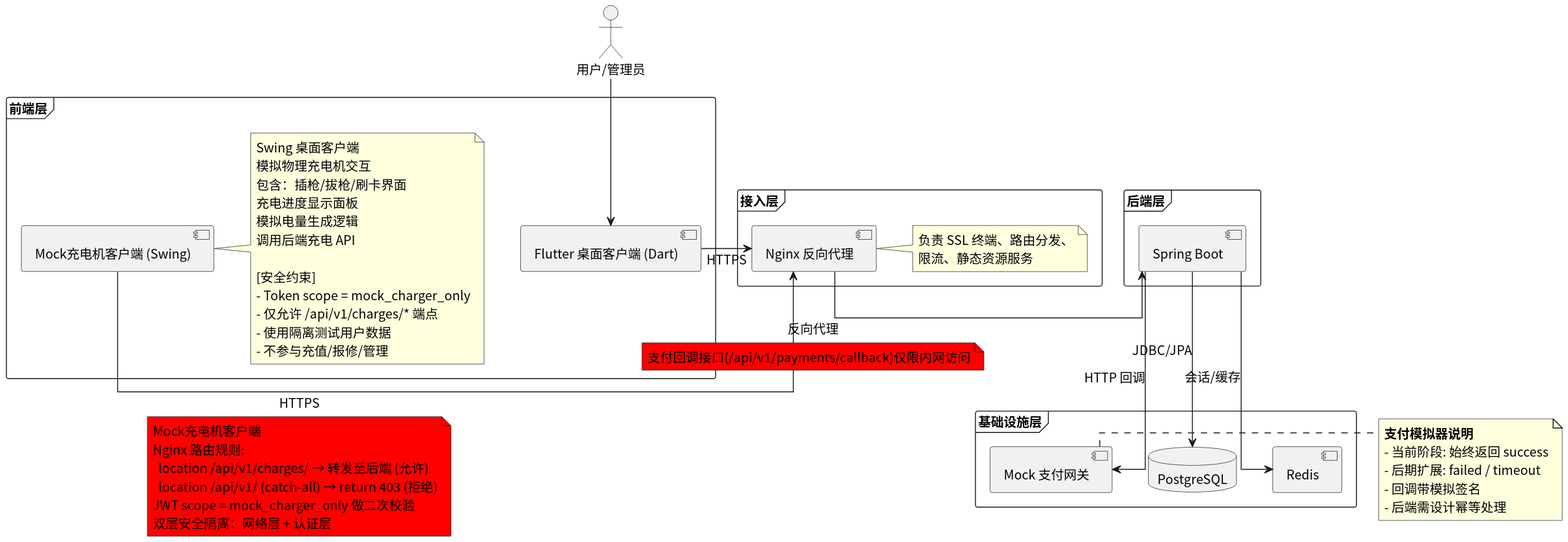
This is usecase/docs/containerd/img/deployment_overview.svg from greenhandzdl/charging-station-doc, a PlantUML export, as it was before one commit. Source of this version:
```plantuml
@startuml
skinparam defaultFontName "Noto Sans CJK SC"
skinparam defaultFontSize 14
skinparam linetype ortho

actor "用户/管理员" as UA

frame "前端层" {
  component "Flutter 桌面客户端 (Dart)" as FE
  component "Mock充电机客户端 (Swing)" as MC
  note right of MC
    Swing 桌面客户端
    模拟物理充电机交互
    包含：插枪/拔枪/刷卡界面
    充电进度显示面板
    模拟电量生成逻辑
    调用后端充电 API

    [安全约束]
    - Token scope = mock_charger_only
    - 仅允许 /api/v1/charges/* 端点
    - 使用隔离测试用户数据
    - 不参与充值/报修/管理
  end note
}

frame "接入层" {
  component "Nginx 反向代理" as NGX
  note right of NGX
    负责 SSL 终端、路由分发、
    限流、静态资源服务
  end note
}

frame "后端层" {
  component "Spring Boot" as BE
}

frame "基础设施层" {
  database "PostgreSQL" as DB
  component "Redis" as CACHE
  component "Mock 支付网关" as MOCK
}

UA --> FE
FE -right-> NGX : HTTPS

MC -right-> NGX : HTTPS
note on link #f00: Mock充电机客户端\nNginx 路由规则:\n  location /api/v1/charges/ → 转发至后端 (允许)\n  location /api/v1/ (catch-all) → return 403 (拒绝)\nJWT scope = mock_charger_only 做二次校验\n双层安全隔离：网络层 + 认证层

NGX -right-> BE : 反向代理
note on link #f00: 支付回调接口(/api/v1/payments/callback)仅限内网访问
BE -down-> DB : JDBC/JPA
BE -right-> MOCK : HTTP 回调
BE -down-> CACHE : 会话/缓存

note right of MOCK
  **支付模拟器说明**
  - 当前阶段: 始终返回 success
  - 后期扩展: failed / timeout
  - 回调带模拟签名
  - 后端需设计幂等处理
end note
@enduml
```
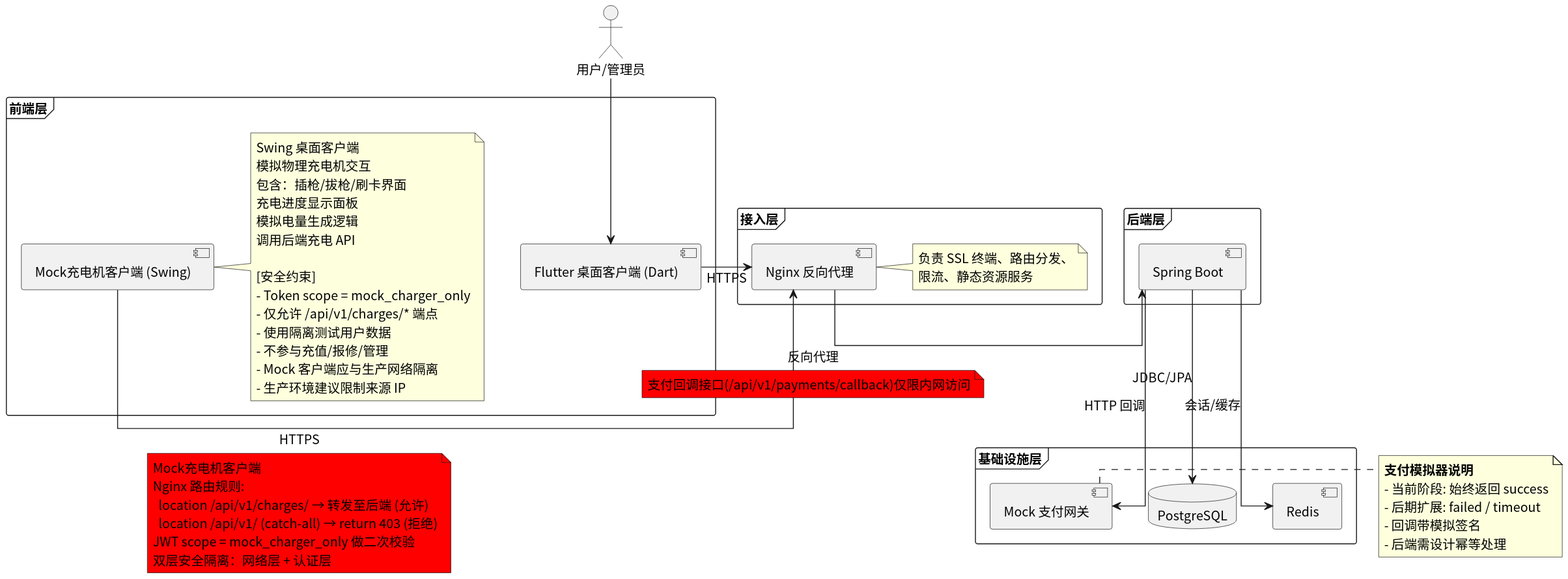
Later version of the same file.

Change to the diagram source:
```diff
@@ -21,6 +21,8 @@
     - 仅允许 /api/v1/charges/* 端点
     - 使用隔离测试用户数据
     - 不参与充值/报修/管理
+    - Mock 客户端应与生产网络隔离
+    - 生产环境建议限制来源 IP
   end note
 }
 
```
